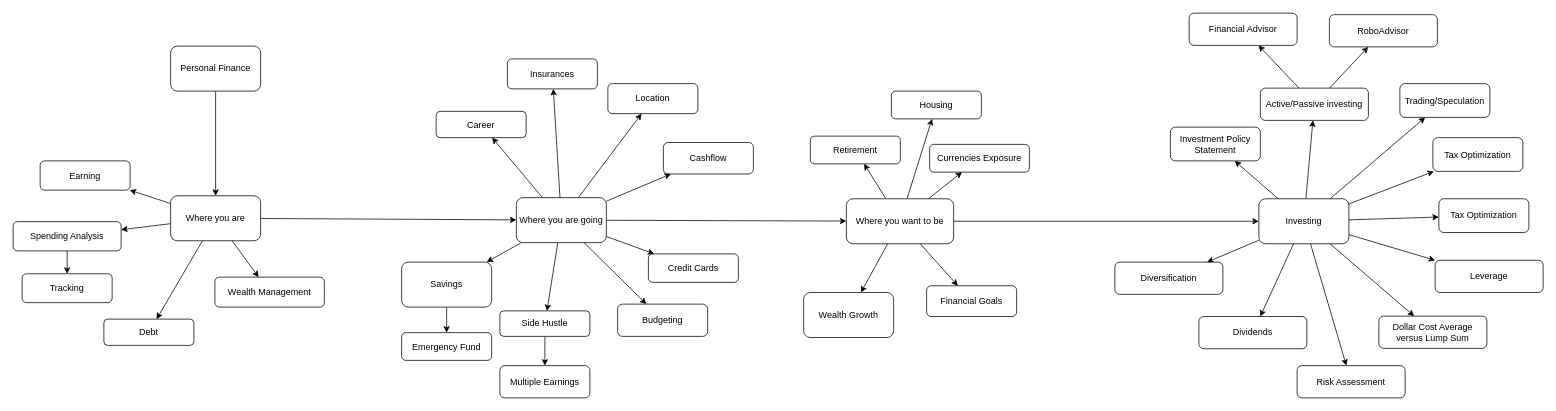
alfonsograziano/personal-blog keeps this draw.io diagram as page "Personal Finance" (3 of 4) of Wellbeing.drawio. Above is the earlier version. Source tidied: cells renumbered, new cells numbered last; positions are measured from the earlier drawing's top-left corner, leaving out a move shared by most shapes. Both pictures are drawn from the tidied source at 75%, with x=0, y=0 at pixel (13, 13).
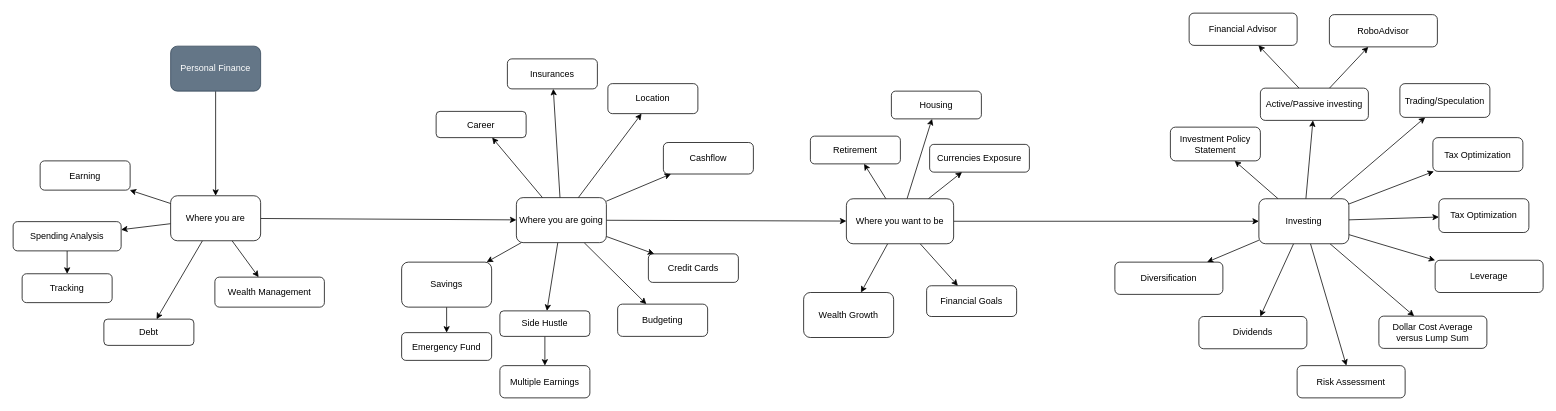
The same diagram, later.

Diff of the diagram source:
```diff
@@
-    <mxCell id="3" value="Personal Finance" style="rounded=1;whiteSpace=wrap;html=1;" parent="1" vertex="1">
+    <mxCell id="3" value="Personal Finance" style="rounded=1;whiteSpace=wrap;html=1;fillColor=#647687;strokeColor=#314354;fontColor=#ffffff;" parent="1" vertex="1">
       <mxGeometry x="210" y="44" width="120" height="60" as="geometry" />
     </mxCell>
```
